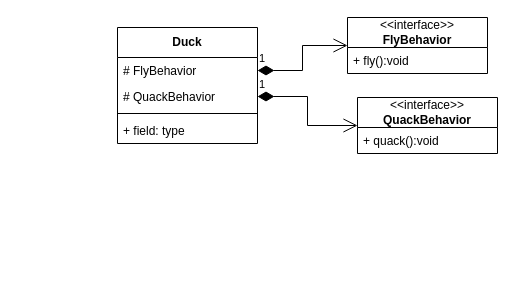
Earlier version of the draw.io diagram strategy-duck.drawio (joelau71/uml). Source tidied: cells renumbered, new cells numbered last; positions are measured from the earlier drawing's top-left corner, leaving out a move shared by most shapes. Both pictures are drawn from the tidied source at 100%, with x=0, y=0 at pixel (117, 17).
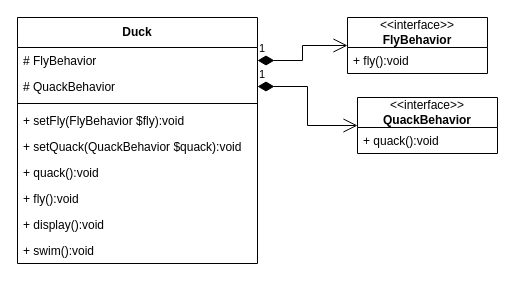
After the change.

What changed in the source:
```diff
@@
 <mxGraphModel>
   <root>
     <mxCell id="0" />
     <mxCell id="1" parent="0" />
     <mxCell id="2" value="&lt;b&gt;Duck&lt;/b&gt;" style="swimlane;fontStyle=0;horizontal=1;startSize=30;fillColor=none;whiteSpace=wrap;html=1;" parent="1" vertex="1">
-      <mxGeometry y="10" width="140" height="116" as="geometry" />
+      <mxGeometry x="-100" width="240" height="246" as="geometry" />
     </mxCell>
     <mxCell id="3" value="# FlyBehavior" style="text;strokeColor=none;fillColor=none;align=left;verticalAlign=top;spacingLeft=4;spacingRight=4;overflow=hidden;points=[[0,0.5],[1,0.5]];portConstraint=eastwest;whiteSpace=wrap;html=1;" parent="2" vertex="1">
-      <mxGeometry y="30" width="140" height="26" as="geometry" />
+      <mxGeometry y="30" width="240" height="26" as="geometry" />
     </mxCell>
     <mxCell id="4" value="# QuackBehavior" style="text;strokeColor=none;fillColor=none;align=left;verticalAlign=top;spacingLeft=4;spacingRight=4;overflow=hidden;points=[[0,0.5],[1,0.5]];portConstraint=eastwest;whiteSpace=wrap;html=1;" parent="2" vertex="1">
-      <mxGeometry y="56" width="140" height="26" as="geometry" />
+      <mxGeometry y="56" width="240" height="26" as="geometry" />
     </mxCell>
     <mxCell id="5" style="line;strokeWidth=1;fillColor=none;align=left;verticalAlign=middle;spacingTop=-1;spacingLeft=3;spacingRight=3;labelPosition=right;strokeColor=inherit;" parent="2" vertex="1">
-      <mxGeometry y="82" width="140" height="8" as="geometry" />
+      <mxGeometry y="82" width="240" height="8" as="geometry" />
     </mxCell>
-    <mxCell id="6" value="+ field: type" style="text;strokeColor=none;fillColor=none;align=left;verticalAlign=top;spacingLeft=4;spacingRight=4;overflow=hidden;whiteSpace=wrap;html=1;" parent="2" vertex="1">
-      <mxGeometry y="90" width="140" height="26" as="geometry" />
+    <mxCell id="6" value="+ setFly(FlyBehavior $fly):void" style="text;strokeColor=none;fillColor=none;align=left;verticalAlign=top;spacingLeft=4;spacingRight=4;overflow=hidden;whiteSpace=wrap;html=1;" parent="2" vertex="1">
+      <mxGeometry y="90" width="240" height="26" as="geometry" />
     </mxCell>
+    <mxCell id="13" value="+ setQuack(QuackBehavior $quack):void" style="text;strokeColor=none;fillColor=none;align=left;verticalAlign=top;spacingLeft=4;spacingRight=4;overflow=hidden;whiteSpace=wrap;html=1;" parent="2" vertex="1">
+      <mxGeometry y="116" width="240" height="26" as="geometry" />
+    </mxCell>
+    <mxCell id="14" value="+ quack():void" style="text;strokeColor=none;fillColor=none;align=left;verticalAlign=top;spacingLeft=4;spacingRight=4;overflow=hidden;whiteSpace=wrap;html=1;" parent="2" vertex="1">
+      <mxGeometry y="142" width="240" height="26" as="geometry" />
+    </mxCell>
+    <mxCell id="15" value="+ fly():void" style="text;strokeColor=none;fillColor=none;align=left;verticalAlign=top;spacingLeft=4;spacingRight=4;overflow=hidden;whiteSpace=wrap;html=1;" parent="2" vertex="1">
+      <mxGeometry y="168" width="240" height="26" as="geometry" />
+    </mxCell>
+    <mxCell id="16" value="+ display():void" style="text;strokeColor=none;fillColor=none;align=left;verticalAlign=top;spacingLeft=4;spacingRight=4;overflow=hidden;whiteSpace=wrap;html=1;" parent="2" vertex="1">
+      <mxGeometry y="194" width="240" height="26" as="geometry" />
+    </mxCell>
+    <mxCell id="17" value="+ swim():void" style="text;strokeColor=none;fillColor=none;align=left;verticalAlign=top;spacingLeft=4;spacingRight=4;overflow=hidden;whiteSpace=wrap;html=1;" parent="2" vertex="1">
+      <mxGeometry y="220" width="240" height="26" as="geometry" />
+    </mxCell>
     <mxCell id="7" value="&amp;lt;&amp;lt;interface&amp;gt;&amp;gt;&lt;br&gt;&lt;b&gt;FlyBehavior&lt;/b&gt;" style="swimlane;fontStyle=0;horizontal=1;startSize=30;fillColor=none;whiteSpace=wrap;html=1;" parent="1" vertex="1">
       <mxGeometry x="230" width="140" height="56" as="geometry" />
     </mxCell>
     <mxCell id="8" value="+ fly():void" style="text;strokeColor=none;fillColor=none;align=left;verticalAlign=top;spacingLeft=4;spacingRight=4;overflow=hidden;whiteSpace=wrap;html=1;" parent="7" vertex="1">
       <mxGeometry y="30" width="140" height="26" as="geometry" />
     </mxCell>
     <mxCell id="9" value="&amp;lt;&amp;lt;interface&amp;gt;&amp;gt;&lt;br&gt;&lt;b&gt;QuackBehavior&lt;/b&gt;" style="swimlane;fontStyle=0;horizontal=1;startSize=30;fillColor=none;whiteSpace=wrap;html=1;" parent="1" vertex="1">
       <mxGeometry x="240" y="80" width="140" height="56" as="geometry" />
     </mxCell>
     <mxCell id="10" value="+ quack():void" style="text;strokeColor=none;fillColor=none;align=left;verticalAlign=top;spacingLeft=4;spacingRight=4;overflow=hidden;whiteSpace=wrap;html=1;" parent="9" vertex="1">
       <mxGeometry y="30" width="140" height="26" as="geometry" />
     </mxCell>
     <mxCell id="11" value="1" style="endArrow=open;html=1;endSize=12;startArrow=diamondThin;startSize=14;startFill=1;edgeStyle=orthogonalEdgeStyle;align=left;verticalAlign=bottom;rounded=0;" parent="1" edge="1" source="3" target="7">
       <mxGeometry x="-1" y="3" relative="1" as="geometry" />
     </mxCell>
     <mxCell id="12" value="1" style="endArrow=open;html=1;endSize=12;startArrow=diamondThin;startSize=14;startFill=1;edgeStyle=orthogonalEdgeStyle;align=left;verticalAlign=bottom;rounded=0;" parent="1" edge="1" source="4" target="9">
       <mxGeometry x="-1" y="3" relative="1" as="geometry" />
     </mxCell>
   </root>
 </mxGraphModel>
```
